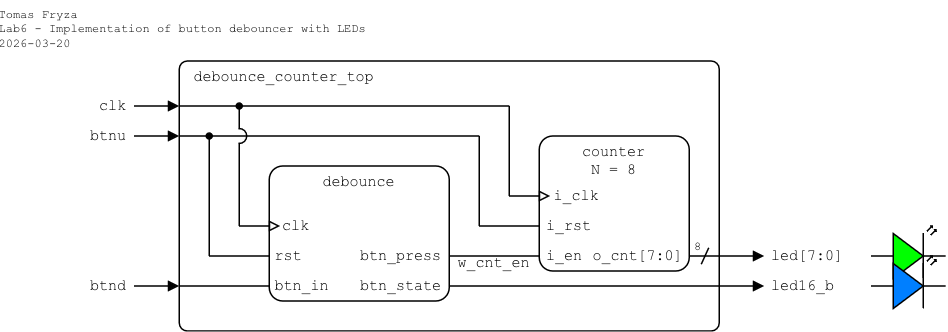
Above: lab6-debounce/images/top-level_ver1.png in tomas-fryza/verilog-examples (draw.io), before the change. Source tidied: cells renumbered, new cells last; positions are measured from the earlier drawing's top-left corner, leaving out a move shared by most shapes. The source it was exported from:
```xml
<mxGraphModel>
  <root>
    <mxCell id="0" />
    <mxCell id="1" parent="0" />
    <mxCell id="2" value="debounce_counter_top" style="rounded=1;arcSize=3;whiteSpace=wrap;html=1;align=left;verticalAlign=top;fontFamily=Courier New;absoluteArcSize=0;fillColor=none;fontSize=10;spacingLeft=10;imageHeight=24;spacing=0;" parent="1" vertex="1">
      <mxGeometry x="120" y="40" width="360" height="180" as="geometry" />
    </mxCell>
    <mxCell id="3" style="endArrow=none;html=1;rounded=0;endFill=0;endSize=5;startSize=5;" parent="1" edge="1">
      <mxGeometry relative="1" as="geometry">
        <mxPoint x="120" y="70" as="sourcePoint" />
        <mxPoint x="340" y="70" as="targetPoint" />
      </mxGeometry>
    </mxCell>
    <mxCell id="4" value="debounce" style="rounded=1;arcSize=10;align=center;verticalAlign=top;fontFamily=Courier New;absoluteArcSize=0;fillColor=none;fixDash=0;fontSize=10;spacingLeft=0;labelBorderColor=none;spacingTop=0;spacing=0;labelBackgroundColor=none;whiteSpace=wrap;html=1;strokeWidth=1;shadow=0;glass=0;" parent="1" vertex="1">
      <mxGeometry x="180" y="110" width="120" height="90" as="geometry" />
    </mxCell>
    <mxCell id="5" value="rst" style="text;html=1;align=left;verticalAlign=middle;whiteSpace=wrap;rounded=0;fontFamily=Courier New;fontSize=10;fillOpacity=100;spacingLeft=5;spacing=0;" parent="1" vertex="1">
      <mxGeometry x="179.4" y="160" width="30.6" height="20" as="geometry" />
    </mxCell>
    <mxCell id="6" value="clk" style="text;html=1;align=left;verticalAlign=middle;whiteSpace=wrap;rounded=0;fontFamily=Courier New;fontSize=10;fillOpacity=100;spacing=0;spacingLeft=10;" parent="1" vertex="1">
      <mxGeometry x="179.4" y="140" width="40.6" height="20" as="geometry" />
    </mxCell>
    <mxCell id="7" style="endArrow=block;html=1;rounded=0;endFill=0;endSize=5;startSize=5;" parent="1" edge="1">
      <mxGeometry relative="1" as="geometry">
        <mxPoint x="160" y="150" as="sourcePoint" />
        <mxPoint x="187.2" y="150" as="targetPoint" />
      </mxGeometry>
    </mxCell>
    <mxCell id="8" value="btn_state" style="text;html=1;align=right;verticalAlign=middle;whiteSpace=wrap;rounded=0;fontFamily=Courier New;fontSize=10;fillOpacity=100;spacing=0;spacingRight=5;" parent="1" vertex="1">
      <mxGeometry x="250" y="180" width="50" height="20" as="geometry" />
    </mxCell>
    <mxCell id="9" style="verticalLabelPosition=bottom;verticalAlign=top;html=1;shape=mxgraph.basic.arc;startAngle=0.75;endAngle=0.25;rotation=90;" parent="1" vertex="1">
      <mxGeometry x="155" y="85" width="10" height="10" as="geometry" />
    </mxCell>
    <mxCell id="10" style="endArrow=none;html=1;rounded=0;endFill=0;endSize=5;startSize=5;" parent="1" edge="1">
      <mxGeometry relative="1" as="geometry">
        <mxPoint x="120" y="90" as="sourcePoint" />
        <mxPoint x="320" y="90" as="targetPoint" />
      </mxGeometry>
    </mxCell>
    <mxCell id="11" style="endArrow=none;html=1;rounded=0;startArrow=none;startFill=0;endSize=4;startSize=4;" parent="1" edge="1">
      <mxGeometry relative="1" as="geometry">
        <mxPoint x="160" y="150" as="sourcePoint" />
        <mxPoint x="160" y="94.5" as="targetPoint" />
      </mxGeometry>
    </mxCell>
    <mxCell id="12" value="btn_in" style="text;html=1;align=left;verticalAlign=middle;whiteSpace=wrap;rounded=0;fontFamily=Courier New;fontSize=10;fillOpacity=100;spacingLeft=5;spacing=0;" parent="1" vertex="1">
      <mxGeometry x="179.4" y="180" width="50.6" height="20" as="geometry" />
    </mxCell>
    <mxCell id="13" style="endArrow=none;html=1;rounded=0;endFill=0;endSize=5;startSize=5;" parent="1" edge="1">
      <mxGeometry relative="1" as="geometry">
        <mxPoint x="140" y="170" as="sourcePoint" />
        <mxPoint x="180" y="170" as="targetPoint" />
      </mxGeometry>
    </mxCell>
    <mxCell id="14" value="led[7:0]" style="text;html=1;align=left;verticalAlign=middle;whiteSpace=wrap;rounded=0;fontFamily=Courier New;fontSize=10;fillOpacity=100;spacing=0;spacingLeft=5;" parent="1" vertex="1">
      <mxGeometry x="510" y="160" width="70" height="20" as="geometry" />
    </mxCell>
    <mxCell id="15" style="verticalLabelPosition=bottom;shadow=0;dashed=0;align=center;html=1;verticalAlign=top;shape=mxgraph.electrical.opto_electronics.led_2;fillColor=#00FF00;" parent="1" vertex="1">
      <mxGeometry x="581" y="150" width="50" height="35" as="geometry" />
    </mxCell>
    <mxCell id="16" style="endArrow=block;html=1;rounded=0;endFill=1;orthogonal=1;endSize=5;startSize=5;" parent="1" edge="1">
      <mxGeometry relative="1" as="geometry">
        <mxPoint x="300" y="190" as="sourcePoint" />
        <mxPoint x="510" y="190" as="targetPoint" />
      </mxGeometry>
    </mxCell>
    <mxCell id="17" value="led16_b" style="text;html=1;align=left;verticalAlign=middle;whiteSpace=wrap;rounded=0;fontFamily=Courier New;fontSize=10;fillOpacity=100;spacing=0;spacingLeft=5;" parent="1" vertex="1">
      <mxGeometry x="510" y="180" width="70" height="20" as="geometry" />
    </mxCell>
    <mxCell id="18" style="verticalLabelPosition=bottom;shadow=0;dashed=0;align=center;html=1;verticalAlign=top;shape=mxgraph.electrical.opto_electronics.led_2;fillColor=#007FFF;" parent="1" vertex="1">
      <mxGeometry x="581" y="170" width="50" height="35" as="geometry" />
    </mxCell>
    <mxCell id="19" style="endArrow=none;html=1;rounded=0;startArrow=none;startFill=0;endSize=4;startSize=4;" parent="1" edge="1">
      <mxGeometry relative="1" as="geometry">
        <mxPoint x="340" y="130" as="sourcePoint" />
        <mxPoint x="340" y="70" as="targetPoint" />
      </mxGeometry>
    </mxCell>
    <mxCell id="20" style="endArrow=none;html=1;rounded=0;startArrow=none;startFill=0;endSize=4;startSize=4;" parent="1" edge="1">
      <mxGeometry relative="1" as="geometry">
        <mxPoint x="320" y="150" as="sourcePoint" />
        <mxPoint x="320" y="90" as="targetPoint" />
      </mxGeometry>
    </mxCell>
    <mxCell id="21" value="btn_press" style="text;html=1;align=right;verticalAlign=middle;whiteSpace=wrap;rounded=0;fontFamily=Courier New;fontSize=10;fillOpacity=100;spacing=0;spacingRight=5;" parent="1" vertex="1">
      <mxGeometry x="230" y="160" width="70" height="20" as="geometry" />
    </mxCell>
    <mxCell id="22" style="endArrow=none;html=1;rounded=0;startArrow=oval;startFill=1;endSize=4;startSize=4;" parent="1" edge="1">
      <mxGeometry relative="1" as="geometry">
        <mxPoint x="160" y="70" as="sourcePoint" />
        <mxPoint x="160" y="85.5" as="targetPoint" />
      </mxGeometry>
    </mxCell>
    <mxCell id="23" style="endArrow=none;html=1;rounded=0;startArrow=oval;startFill=1;endSize=4;startSize=4;" parent="1" edge="1">
      <mxGeometry relative="1" as="geometry">
        <mxPoint x="140" y="90" as="sourcePoint" />
        <mxPoint x="140" y="170" as="targetPoint" />
      </mxGeometry>
    </mxCell>
    <mxCell id="24" style="endArrow=block;html=1;rounded=0;endFill=1;endSize=5;startSize=5;" parent="1" edge="1">
      <mxGeometry relative="1" as="geometry">
        <mxPoint x="460" y="170" as="sourcePoint" />
        <mxPoint x="510" y="170" as="targetPoint" />
      </mxGeometry>
    </mxCell>
    <mxCell id="25" value="8" style="text;html=1;align=center;verticalAlign=middle;whiteSpace=wrap;rounded=0;fontFamily=Courier New;fontSize=8;fillOpacity=100;spacing=2;spacingRight=0;" parent="1" vertex="1">
      <mxGeometry x="461" y="154" width="10" height="20" as="geometry" />
    </mxCell>
    <mxCell id="26" style="endArrow=none;html=1;rounded=0;startArrow=none;startFill=0;endSize=4;startSize=4;" parent="1" edge="1">
      <mxGeometry relative="1" as="geometry">
        <mxPoint x="473" y="164.5" as="sourcePoint" />
        <mxPoint x="468" y="175.5" as="targetPoint" />
      </mxGeometry>
    </mxCell>
    <mxCell id="27" value="&lt;div&gt;counter&lt;/div&gt;&lt;div&gt;N = 8&lt;/div&gt;" style="rounded=1;arcSize=10;align=center;verticalAlign=top;fontFamily=Courier New;absoluteArcSize=0;fillColor=none;fixDash=0;fontSize=10;spacingLeft=0;labelBorderColor=none;spacingTop=0;spacing=0;labelBackgroundColor=none;whiteSpace=wrap;html=1;strokeWidth=1;shadow=0;glass=0;" parent="1" vertex="1">
      <mxGeometry x="360" y="90" width="100" height="90" as="geometry" />
    </mxCell>
    <mxCell id="28" value="i_rst" style="text;html=1;align=left;verticalAlign=middle;whiteSpace=wrap;rounded=0;fontFamily=Courier New;fontSize=10;fillOpacity=100;spacingLeft=5;spacing=0;" parent="1" vertex="1">
      <mxGeometry x="360" y="140" width="30.6" height="20" as="geometry" />
    </mxCell>
    <mxCell id="29" value="i_clk" style="text;html=1;align=left;verticalAlign=middle;whiteSpace=wrap;rounded=0;fontFamily=Courier New;fontSize=10;fillOpacity=100;spacing=0;spacingLeft=10;" parent="1" vertex="1">
      <mxGeometry x="360" y="120" width="40.6" height="20" as="geometry" />
    </mxCell>
    <mxCell id="30" value="o_cnt[7:0]" style="text;html=1;align=right;verticalAlign=middle;whiteSpace=wrap;rounded=0;fontFamily=Courier New;fontSize=10;fillOpacity=100;spacing=0;spacingRight=5;" parent="1" vertex="1">
      <mxGeometry x="390" y="160" width="70.6" height="20" as="geometry" />
    </mxCell>
    <mxCell id="31" value="i_en" style="text;html=1;align=left;verticalAlign=middle;whiteSpace=wrap;rounded=0;fontFamily=Courier New;fontSize=10;fillOpacity=100;spacingLeft=5;spacing=0;" parent="1" vertex="1">
      <mxGeometry x="360" y="160" width="30.6" height="20" as="geometry" />
    </mxCell>
    <mxCell id="32" style="endArrow=block;html=1;rounded=0;endFill=0;endSize=5;startSize=5;" parent="1" edge="1">
      <mxGeometry relative="1" as="geometry">
        <mxPoint x="340" y="130" as="sourcePoint" />
        <mxPoint x="367.2" y="130" as="targetPoint" />
      </mxGeometry>
    </mxCell>
    <mxCell id="33" style="endArrow=block;html=1;rounded=0;endFill=1;endSize=5;startSize=5;" parent="1" edge="1">
      <mxGeometry relative="1" as="geometry">
        <mxPoint x="90" y="90" as="sourcePoint" />
        <mxPoint x="120" y="90" as="targetPoint" />
      </mxGeometry>
    </mxCell>
    <mxCell id="34" value="&lt;div align=&quot;right&quot;&gt;btnu&lt;/div&gt;" style="text;html=1;align=right;verticalAlign=middle;whiteSpace=wrap;rounded=0;fontFamily=Courier New;fontSize=10;fillOpacity=100;spacing=0;spacingLeft=0;spacingRight=5;" parent="1" vertex="1">
      <mxGeometry x="50" y="80" width="39.6" height="20" as="geometry" />
    </mxCell>
    <mxCell id="35" style="endArrow=block;html=1;rounded=0;endFill=1;endSize=5;startSize=5;" parent="1" edge="1">
      <mxGeometry relative="1" as="geometry">
        <mxPoint x="90" y="70" as="sourcePoint" />
        <mxPoint x="120" y="70" as="targetPoint" />
      </mxGeometry>
    </mxCell>
    <mxCell id="36" value="clk" style="text;html=1;align=right;verticalAlign=middle;whiteSpace=wrap;rounded=0;fontFamily=Courier New;fontSize=10;fillOpacity=100;spacing=0;spacingLeft=0;spacingRight=5;" parent="1" vertex="1">
      <mxGeometry x="60" y="60" width="30" height="20" as="geometry" />
    </mxCell>
    <mxCell id="37" style="endArrow=block;html=1;rounded=0;endFill=1;endSize=5;startSize=5;" parent="1" edge="1">
      <mxGeometry relative="1" as="geometry">
        <mxPoint x="90" y="190" as="sourcePoint" />
        <mxPoint x="120" y="190" as="targetPoint" />
      </mxGeometry>
    </mxCell>
    <mxCell id="38" value="btnd" style="text;html=1;align=right;verticalAlign=middle;whiteSpace=wrap;rounded=0;fontFamily=Courier New;fontSize=10;fillOpacity=100;spacing=0;spacingLeft=0;spacingRight=5;" parent="1" vertex="1">
      <mxGeometry x="40" y="180" width="49.6" height="20" as="geometry" />
    </mxCell>
    <mxCell id="39" style="endArrow=none;html=1;rounded=0;endFill=0;endSize=5;startSize=5;" parent="1" edge="1">
      <mxGeometry relative="1" as="geometry">
        <mxPoint x="120" y="190" as="sourcePoint" />
        <mxPoint x="180" y="190" as="targetPoint" />
      </mxGeometry>
    </mxCell>
    <mxCell id="40" style="endArrow=none;html=1;rounded=0;endFill=0;endSize=5;startSize=5;" parent="1" edge="1">
      <mxGeometry relative="1" as="geometry">
        <mxPoint x="300" y="170" as="sourcePoint" />
        <mxPoint x="360" y="170" as="targetPoint" />
      </mxGeometry>
    </mxCell>
    <mxCell id="41" style="endArrow=none;html=1;rounded=0;endFill=0;endSize=5;startSize=5;" parent="1" edge="1">
      <mxGeometry relative="1" as="geometry">
        <mxPoint x="320" y="150" as="sourcePoint" />
        <mxPoint x="360" y="150" as="targetPoint" />
      </mxGeometry>
    </mxCell>
    <mxCell id="42" value="w_cnt_en" style="text;html=1;align=center;verticalAlign=middle;whiteSpace=wrap;rounded=0;fontFamily=Courier New;fontSize=10;fillOpacity=100;spacing=2;spacingLeft=0;" parent="1" vertex="1">
      <mxGeometry x="300" y="165" width="60" height="20" as="geometry" />
    </mxCell>
    <mxCell id="43" value="&lt;div&gt;Tomas Fryza&lt;/div&gt;&lt;div&gt;Lab6 - Implementation of button debouncer with LEDs&lt;/div&gt;&lt;div&gt;2026-03-20&lt;/div&gt;" style="text;html=1;align=left;verticalAlign=top;whiteSpace=wrap;rounded=0;fontFamily=Courier New;fontSize=8;fillOpacity=100;spacing=0;spacingLeft=0;" parent="1" vertex="1">
      <mxGeometry width="280" height="40" as="geometry" />
    </mxCell>
  </root>
</mxGraphModel>
```
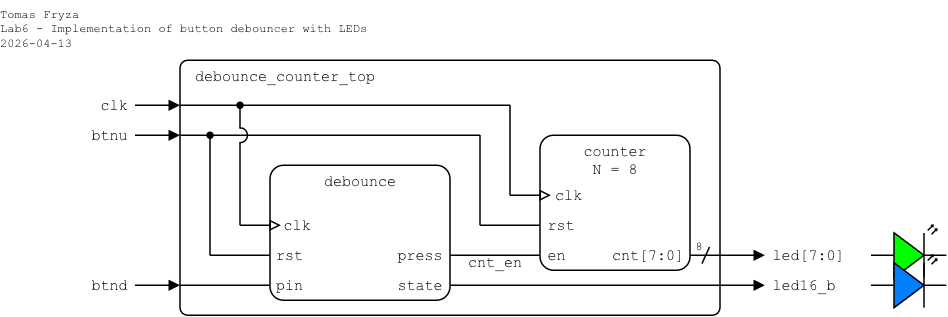
Later version of the same file.

Commit message:
instructions and schematics updated for lab6

The edit, as a diff of the source:
```diff
@@ -3,7 +3,7 @@
     <mxCell id="0" />
     <mxCell id="1" parent="0" />
     <mxCell id="2" value="debounce_counter_top" style="rounded=1;arcSize=3;whiteSpace=wrap;html=1;align=left;verticalAlign=top;fontFamily=Courier New;absoluteArcSize=0;fillColor=none;fontSize=10;spacingLeft=10;imageHeight=24;spacing=0;" parent="1" vertex="1">
-      <mxGeometry x="120" y="40" width="360" height="180" as="geometry" />
+      <mxGeometry x="120" y="40" width="360" height="170" as="geometry" />
     </mxCell>
     <mxCell id="3" style="endArrow=none;html=1;rounded=0;endFill=0;endSize=5;startSize=5;" parent="1" edge="1">
       <mxGeometry relative="1" as="geometry">
@@ -26,7 +26,7 @@
         <mxPoint x="187.2" y="150" as="targetPoint" />
       </mxGeometry>
     </mxCell>
-    <mxCell id="8" value="btn_state" style="text;html=1;align=right;verticalAlign=middle;whiteSpace=wrap;rounded=0;fontFamily=Courier New;fontSize=10;fillOpacity=100;spacing=0;spacingRight=5;" parent="1" vertex="1">
+    <mxCell id="8" value="state" style="text;html=1;align=right;verticalAlign=middle;whiteSpace=wrap;rounded=0;fontFamily=Courier New;fontSize=10;fillOpacity=100;spacing=0;spacingRight=5;" parent="1" vertex="1">
       <mxGeometry x="250" y="180" width="50" height="20" as="geometry" />
     </mxCell>
     <mxCell id="9" style="verticalLabelPosition=bottom;verticalAlign=top;html=1;shape=mxgraph.basic.arc;startAngle=0.75;endAngle=0.25;rotation=90;" parent="1" vertex="1">
@@ -44,7 +44,7 @@
         <mxPoint x="160" y="94.5" as="targetPoint" />
       </mxGeometry>
     </mxCell>
-    <mxCell id="12" value="btn_in" style="text;html=1;align=left;verticalAlign=middle;whiteSpace=wrap;rounded=0;fontFamily=Courier New;fontSize=10;fillOpacity=100;spacingLeft=5;spacing=0;" parent="1" vertex="1">
+    <mxCell id="12" value="pin" style="text;html=1;align=left;verticalAlign=middle;whiteSpace=wrap;rounded=0;fontFamily=Courier New;fontSize=10;fillOpacity=100;spacingLeft=5;spacing=0;" parent="1" vertex="1">
       <mxGeometry x="179.4" y="180" width="50.6" height="20" as="geometry" />
     </mxCell>
     <mxCell id="13" style="endArrow=none;html=1;rounded=0;endFill=0;endSize=5;startSize=5;" parent="1" edge="1">
@@ -83,7 +83,7 @@
         <mxPoint x="320" y="90" as="targetPoint" />
       </mxGeometry>
     </mxCell>
-    <mxCell id="21" value="btn_press" style="text;html=1;align=right;verticalAlign=middle;whiteSpace=wrap;rounded=0;fontFamily=Courier New;fontSize=10;fillOpacity=100;spacing=0;spacingRight=5;" parent="1" vertex="1">
+    <mxCell id="21" value="press" style="text;html=1;align=right;verticalAlign=middle;whiteSpace=wrap;rounded=0;fontFamily=Courier New;fontSize=10;fillOpacity=100;spacing=0;spacingRight=5;" parent="1" vertex="1">
       <mxGeometry x="230" y="160" width="70" height="20" as="geometry" />
     </mxCell>
     <mxCell id="22" style="endArrow=none;html=1;rounded=0;startArrow=oval;startFill=1;endSize=4;startSize=4;" parent="1" edge="1">
@@ -116,16 +116,16 @@
     <mxCell id="27" value="&lt;div&gt;counter&lt;/div&gt;&lt;div&gt;N = 8&lt;/div&gt;" style="rounded=1;arcSize=10;align=center;verticalAlign=top;fontFamily=Courier New;absoluteArcSize=0;fillColor=none;fixDash=0;fontSize=10;spacingLeft=0;labelBorderColor=none;spacingTop=0;spacing=0;labelBackgroundColor=none;whiteSpace=wrap;html=1;strokeWidth=1;shadow=0;glass=0;" parent="1" vertex="1">
       <mxGeometry x="360" y="90" width="100" height="90" as="geometry" />
     </mxCell>
-    <mxCell id="28" value="i_rst" style="text;html=1;align=left;verticalAlign=middle;whiteSpace=wrap;rounded=0;fontFamily=Courier New;fontSize=10;fillOpacity=100;spacingLeft=5;spacing=0;" parent="1" vertex="1">
+    <mxCell id="28" value="rst" style="text;html=1;align=left;verticalAlign=middle;whiteSpace=wrap;rounded=0;fontFamily=Courier New;fontSize=10;fillOpacity=100;spacingLeft=5;spacing=0;" parent="1" vertex="1">
       <mxGeometry x="360" y="140" width="30.6" height="20" as="geometry" />
     </mxCell>
-    <mxCell id="29" value="i_clk" style="text;html=1;align=left;verticalAlign=middle;whiteSpace=wrap;rounded=0;fontFamily=Courier New;fontSize=10;fillOpacity=100;spacing=0;spacingLeft=10;" parent="1" vertex="1">
+    <mxCell id="29" value="clk" style="text;html=1;align=left;verticalAlign=middle;whiteSpace=wrap;rounded=0;fontFamily=Courier New;fontSize=10;fillOpacity=100;spacing=0;spacingLeft=10;" parent="1" vertex="1">
       <mxGeometry x="360" y="120" width="40.6" height="20" as="geometry" />
     </mxCell>
-    <mxCell id="30" value="o_cnt[7:0]" style="text;html=1;align=right;verticalAlign=middle;whiteSpace=wrap;rounded=0;fontFamily=Courier New;fontSize=10;fillOpacity=100;spacing=0;spacingRight=5;" parent="1" vertex="1">
+    <mxCell id="30" value="cnt[7:0]" style="text;html=1;align=right;verticalAlign=middle;whiteSpace=wrap;rounded=0;fontFamily=Courier New;fontSize=10;fillOpacity=100;spacing=0;spacingRight=5;" parent="1" vertex="1">
       <mxGeometry x="390" y="160" width="70.6" height="20" as="geometry" />
     </mxCell>
-    <mxCell id="31" value="i_en" style="text;html=1;align=left;verticalAlign=middle;whiteSpace=wrap;rounded=0;fontFamily=Courier New;fontSize=10;fillOpacity=100;spacingLeft=5;spacing=0;" parent="1" vertex="1">
+    <mxCell id="31" value="en" style="text;html=1;align=left;verticalAlign=middle;whiteSpace=wrap;rounded=0;fontFamily=Courier New;fontSize=10;fillOpacity=100;spacingLeft=5;spacing=0;" parent="1" vertex="1">
       <mxGeometry x="360" y="160" width="30.6" height="20" as="geometry" />
     </mxCell>
     <mxCell id="32" style="endArrow=block;html=1;rounded=0;endFill=0;endSize=5;startSize=5;" parent="1" edge="1">
@@ -179,10 +179,10 @@
         <mxPoint x="360" y="150" as="targetPoint" />
       </mxGeometry>
     </mxCell>
-    <mxCell id="42" value="w_cnt_en" style="text;html=1;align=center;verticalAlign=middle;whiteSpace=wrap;rounded=0;fontFamily=Courier New;fontSize=10;fillOpacity=100;spacing=2;spacingLeft=0;" parent="1" vertex="1">
+    <mxCell id="42" value="cnt_en" style="text;html=1;align=center;verticalAlign=middle;whiteSpace=wrap;rounded=0;fontFamily=Courier New;fontSize=10;fillOpacity=100;spacing=2;spacingLeft=0;" parent="1" vertex="1">
       <mxGeometry x="300" y="165" width="60" height="20" as="geometry" />
     </mxCell>
-    <mxCell id="43" value="&lt;div&gt;Tomas Fryza&lt;/div&gt;&lt;div&gt;Lab6 - Implementation of button debouncer with LEDs&lt;/div&gt;&lt;div&gt;2026-03-20&lt;/div&gt;" style="text;html=1;align=left;verticalAlign=top;whiteSpace=wrap;rounded=0;fontFamily=Courier New;fontSize=8;fillOpacity=100;spacing=0;spacingLeft=0;" parent="1" vertex="1">
+    <mxCell id="43" value="&lt;div&gt;Tomas Fryza&lt;/div&gt;&lt;div&gt;Lab6 - Implementation of button debouncer with LEDs&lt;/div&gt;&lt;div&gt;2026-04-13&lt;/div&gt;" style="text;html=1;align=left;verticalAlign=top;whiteSpace=wrap;rounded=0;fontFamily=Courier New;fontSize=8;fillOpacity=100;spacing=0;spacingLeft=0;" parent="1" vertex="1">
       <mxGeometry width="280" height="40" as="geometry" />
     </mxCell>
   </root>
```
